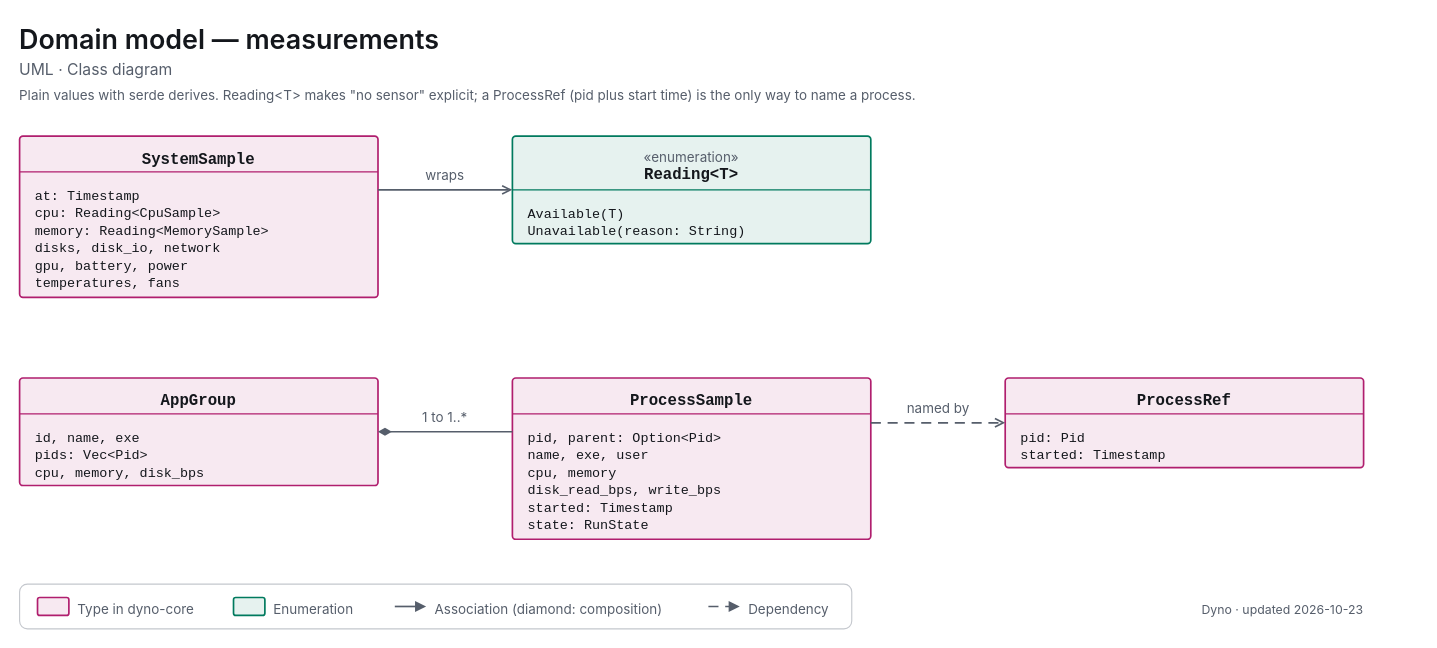
decryp7/paddock keeps this draw.io diagram as apps/dyno/diagrams/uml-class-domain.drawio. Above is the earlier version. Source tidied: cells renumbered, new cells numbered last; positions are measured from the earlier drawing's top-left corner, leaving out a move shared by most shapes. Both pictures are drawn from the tidied source at 112%, with x=0, y=0 at pixel (19, 19).
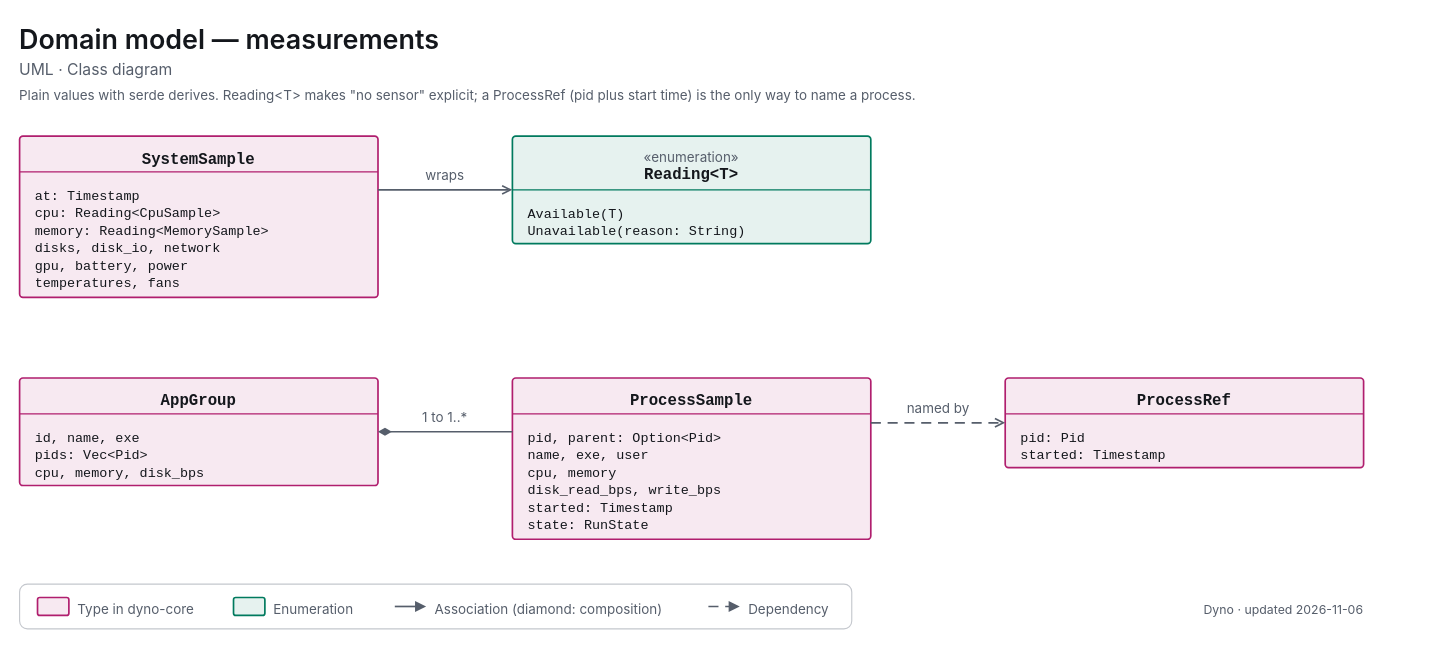
Above is the later version.

Change to the diagram source:
```diff
@@
-    <mxCell id="35" value="&lt;span style=&quot;font-size:11px;font-weight:400&quot;&gt;Dyno · updated 2026-10-23&lt;/span&gt;" style="html=1;whiteSpace=wrap;fontFamily=-apple-system,BlinkMacSystemFont,Segoe UI,system-ui,sans-serif;fontSize=12;fontColor=light-dark(#14171C,#ECEEF1);text;strokeColor=none;fillColor=none;align=right;verticalAlign=top;spacing=0;fontColor=light-dark(#565E6B,#A0A7B2);" parent="1" vertex="1">
+    <mxCell id="35" value="&lt;span style=&quot;font-size:11px;font-weight:400&quot;&gt;Dyno · updated 2026-11-06&lt;/span&gt;" style="html=1;whiteSpace=wrap;fontFamily=-apple-system,BlinkMacSystemFont,Segoe UI,system-ui,sans-serif;fontSize=12;fontColor=light-dark(#14171C,#ECEEF1);text;strokeColor=none;fillColor=none;align=right;verticalAlign=top;spacing=0;fontColor=light-dark(#565E6B,#A0A7B2);" parent="1" vertex="1">
       <mxGeometry x="840" y="515" width="360" height="18" as="geometry" />
     </mxCell>
```
